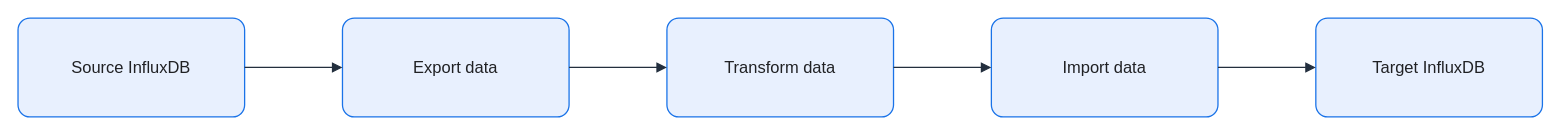
Earlier version of the draw.io diagram assets/img/database/influxdb-migration-flow.drawio (KKamJi98/kkamji98.github.io). Source tidied: cells renumbered, new cells numbered last; positions are measured from the earlier drawing's top-left corner, leaving out a move shared by most shapes. Both pictures are drawn from the tidied source at 103%, with x=0, y=0 at pixel (18, 18).
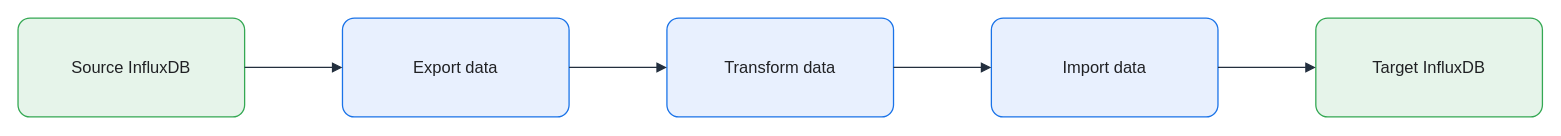
Above is the later version.

Diff of the diagram source:
```diff
@@
 <mxGraphModel background="#FFFFFF">
   <root>
     <mxCell id="0" />
     <mxCell id="1" parent="0" />
-    <mxCell id="2" value="Source InfluxDB" style="rounded=1;arcSize=12;whiteSpace=wrap;html=0;fillColor=#E8F0FE;strokeColor=#1A73E8;strokeWidth=1.25;fontColor=#202124;fontSize=16;align=center;verticalAlign=middle;spacing=8;shadow=0;" parent="1" vertex="1">
+    <mxCell id="2" value="Source InfluxDB" style="rounded=1;arcSize=12;whiteSpace=wrap;html=0;fillColor=#E6F4EA;strokeColor=#34A853;strokeWidth=1.25;fontColor=#202124;fontSize=16;align=center;verticalAlign=middle;spacing=8;shadow=0;" parent="1" vertex="1">
       <mxGeometry width="220" height="96" as="geometry" />
     </mxCell>
     <mxCell id="3" value="Export data" style="rounded=1;arcSize=12;whiteSpace=wrap;html=0;fillColor=#E8F0FE;strokeColor=#1A73E8;strokeWidth=1.25;fontColor=#202124;fontSize=16;align=center;verticalAlign=middle;spacing=8;shadow=0;" parent="1" vertex="1">
       <mxGeometry x="315" width="220" height="96" as="geometry" />
     </mxCell>
     <mxCell id="4" value="Transform data" style="rounded=1;arcSize=12;whiteSpace=wrap;html=0;fillColor=#E8F0FE;strokeColor=#1A73E8;strokeWidth=1.25;fontColor=#202124;fontSize=16;align=center;verticalAlign=middle;spacing=8;shadow=0;" parent="1" vertex="1">
       <mxGeometry x="630" width="220" height="96" as="geometry" />
     </mxCell>
     <mxCell id="5" value="Import data" style="rounded=1;arcSize=12;whiteSpace=wrap;html=0;fillColor=#E8F0FE;strokeColor=#1A73E8;strokeWidth=1.25;fontColor=#202124;fontSize=16;align=center;verticalAlign=middle;spacing=8;shadow=0;" parent="1" vertex="1">
       <mxGeometry x="945" width="220" height="96" as="geometry" />
     </mxCell>
-    <mxCell id="6" value="Target InfluxDB" style="rounded=1;arcSize=12;whiteSpace=wrap;html=0;fillColor=#E8F0FE;strokeColor=#1A73E8;strokeWidth=1.25;fontColor=#202124;fontSize=16;align=center;verticalAlign=middle;spacing=8;shadow=0;" parent="1" vertex="1">
+    <mxCell id="6" value="Target InfluxDB" style="rounded=1;arcSize=12;whiteSpace=wrap;html=0;fillColor=#E6F4EA;strokeColor=#34A853;strokeWidth=1.25;fontColor=#202124;fontSize=16;align=center;verticalAlign=middle;spacing=8;shadow=0;" parent="1" vertex="1">
       <mxGeometry x="1260" width="220" height="96" as="geometry" />
     </mxCell>
     <mxCell id="7" style="edgeStyle=orthogonalEdgeStyle;rounded=0;jettySize=auto;html=0;endArrow=block;endFill=1;strokeColor=#232F3E;strokeWidth=1.25;fontColor=#202124;labelBackgroundColor=none;exitX=1;exitY=0.5;exitDx=0;exitDy=0;entryX=0;entryY=0.5;entryDx=0;entryDy=0;endSize=7;" parent="1" edge="1" source="2" target="3">
       <mxGeometry relative="1" as="geometry" />
     </mxCell>
     <mxCell id="8" style="edgeStyle=orthogonalEdgeStyle;rounded=0;jettySize=auto;html=0;endArrow=block;endFill=1;strokeColor=#232F3E;strokeWidth=1.25;fontColor=#202124;labelBackgroundColor=none;exitX=1;exitY=0.5;exitDx=0;exitDy=0;entryX=0;entryY=0.5;entryDx=0;entryDy=0;endSize=7;" parent="1" edge="1" source="3" target="4">
       <mxGeometry relative="1" as="geometry" />
     </mxCell>
     <mxCell id="9" style="edgeStyle=orthogonalEdgeStyle;rounded=0;jettySize=auto;html=0;endArrow=block;endFill=1;strokeColor=#232F3E;strokeWidth=1.25;fontColor=#202124;labelBackgroundColor=none;exitX=1;exitY=0.5;exitDx=0;exitDy=0;entryX=0;entryY=0.5;entryDx=0;entryDy=0;endSize=7;" parent="1" edge="1" source="4" target="5">
       <mxGeometry relative="1" as="geometry" />
     </mxCell>
     <mxCell id="10" style="edgeStyle=orthogonalEdgeStyle;rounded=0;jettySize=auto;html=0;endArrow=block;endFill=1;strokeColor=#232F3E;strokeWidth=1.25;fontColor=#202124;labelBackgroundColor=none;exitX=1;exitY=0.5;exitDx=0;exitDy=0;entryX=0;entryY=0.5;entryDx=0;entryDy=0;endSize=7;" parent="1" edge="1" source="5" target="6">
       <mxGeometry relative="1" as="geometry" />
     </mxCell>
   </root>
 </mxGraphModel>
```
